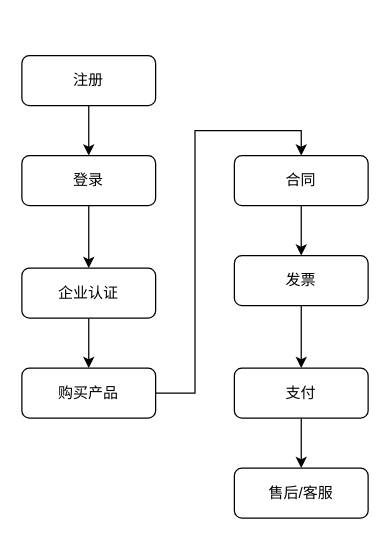
This is page "主线流程" (2 of 7) of 注册.drawio from janzhou123/mydraw, a draw.io file, before an edit. Source tidied: cells renumbered, new cells numbered last; positions are measured from the earlier drawing's top-left corner, leaving out a move shared by most shapes. Both pictures are drawn from the tidied source at 125%, with x=0, y=0 at pixel (21, 55).
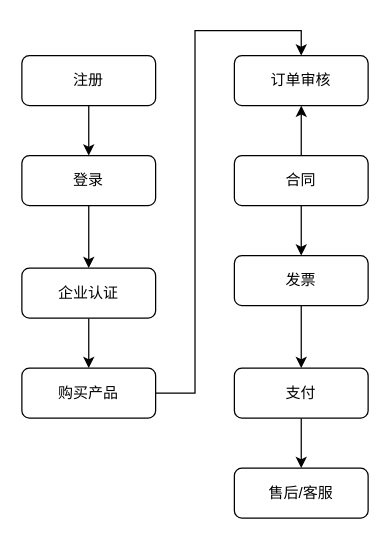
The same diagram, later.

The edit, as a diff of the source:
```diff
@@
 <mxGraphModel>
   <root>
     <mxCell id="0" />
     <mxCell id="1" parent="0" />
     <mxCell id="2" style="edgeStyle=orthogonalEdgeStyle;rounded=0;jettySize=auto;html=1;" parent="1" edge="1" source="3" target="5">
       <mxGeometry relative="1" as="geometry" />
     </mxCell>
     <mxCell id="3" value="注册" style="rounded=1;whiteSpace=wrap;html=1;" parent="1" vertex="1">
       <mxGeometry width="107" height="40" as="geometry" />
     </mxCell>
     <mxCell id="4" style="edgeStyle=orthogonalEdgeStyle;rounded=0;jettySize=auto;html=1;" parent="1" edge="1" source="5" target="7">
       <mxGeometry relative="1" as="geometry" />
     </mxCell>
     <mxCell id="5" value="登录" style="rounded=1;whiteSpace=wrap;html=1;" parent="1" vertex="1">
       <mxGeometry y="80" width="107" height="40" as="geometry" />
     </mxCell>
     <mxCell id="6" style="edgeStyle=orthogonalEdgeStyle;rounded=0;jettySize=auto;html=1;entryX=0.5;entryY=0;entryDx=0;entryDy=0;" parent="1" edge="1" source="7" target="9">
       <mxGeometry relative="1" as="geometry" />
     </mxCell>
     <mxCell id="7" value="企业认证" style="rounded=1;whiteSpace=wrap;html=1;" parent="1" vertex="1">
       <mxGeometry y="170" width="107" height="40" as="geometry" />
     </mxCell>
-    <mxCell id="8" style="edgeStyle=orthogonalEdgeStyle;rounded=0;jettySize=auto;html=1;entryX=0.5;entryY=0;entryDx=0;entryDy=0;" parent="1" edge="1" source="9" target="11">
+    <mxCell id="8" style="edgeStyle=orthogonalEdgeStyle;rounded=0;jettySize=auto;html=1;entryX=0.5;entryY=0;entryDx=0;entryDy=0;" parent="1" edge="1" source="9" target="18">
       <mxGeometry relative="1" as="geometry" />
     </mxCell>
     <mxCell id="9" value="购买产品" style="rounded=1;whiteSpace=wrap;html=1;" parent="1" vertex="1">
       <mxGeometry y="250" width="107" height="40" as="geometry" />
     </mxCell>
     <mxCell id="10" style="edgeStyle=orthogonalEdgeStyle;rounded=0;jettySize=auto;html=1;" parent="1" edge="1" source="11" target="13">
       <mxGeometry relative="1" as="geometry" />
     </mxCell>
+    <mxCell id="17" style="edgeStyle=orthogonalEdgeStyle;rounded=0;jettySize=auto;html=1;" parent="1" edge="1" source="11" target="18">
+      <mxGeometry relative="1" as="geometry" />
+    </mxCell>
     <mxCell id="11" value="合同" style="rounded=1;whiteSpace=wrap;html=1;" parent="1" vertex="1">
       <mxGeometry x="170" y="80" width="107" height="40" as="geometry" />
     </mxCell>
+    <mxCell id="18" value="订单审核" style="rounded=1;whiteSpace=wrap;html=1;" parent="1" vertex="1">
+      <mxGeometry x="170" width="107" height="40" as="geometry" />
+    </mxCell>
     <mxCell id="12" style="edgeStyle=orthogonalEdgeStyle;rounded=0;jettySize=auto;html=1;" parent="1" edge="1" source="13" target="15">
       <mxGeometry relative="1" as="geometry" />
     </mxCell>
     <mxCell id="13" value="发票" style="rounded=1;whiteSpace=wrap;html=1;" parent="1" vertex="1">
       <mxGeometry x="170" y="160" width="107" height="40" as="geometry" />
     </mxCell>
     <mxCell id="14" style="edgeStyle=orthogonalEdgeStyle;rounded=0;jettySize=auto;html=1;" parent="1" edge="1" source="15" target="16">
       <mxGeometry relative="1" as="geometry" />
     </mxCell>
     <mxCell id="15" value="支付" style="rounded=1;whiteSpace=wrap;html=1;" parent="1" vertex="1">
       <mxGeometry x="170" y="250" width="107" height="40" as="geometry" />
     </mxCell>
     <mxCell id="16" value="售后/客服" style="rounded=1;whiteSpace=wrap;html=1;" parent="1" vertex="1">
       <mxGeometry x="170" y="330" width="107" height="40" as="geometry" />
     </mxCell>
   </root>
 </mxGraphModel>
```
